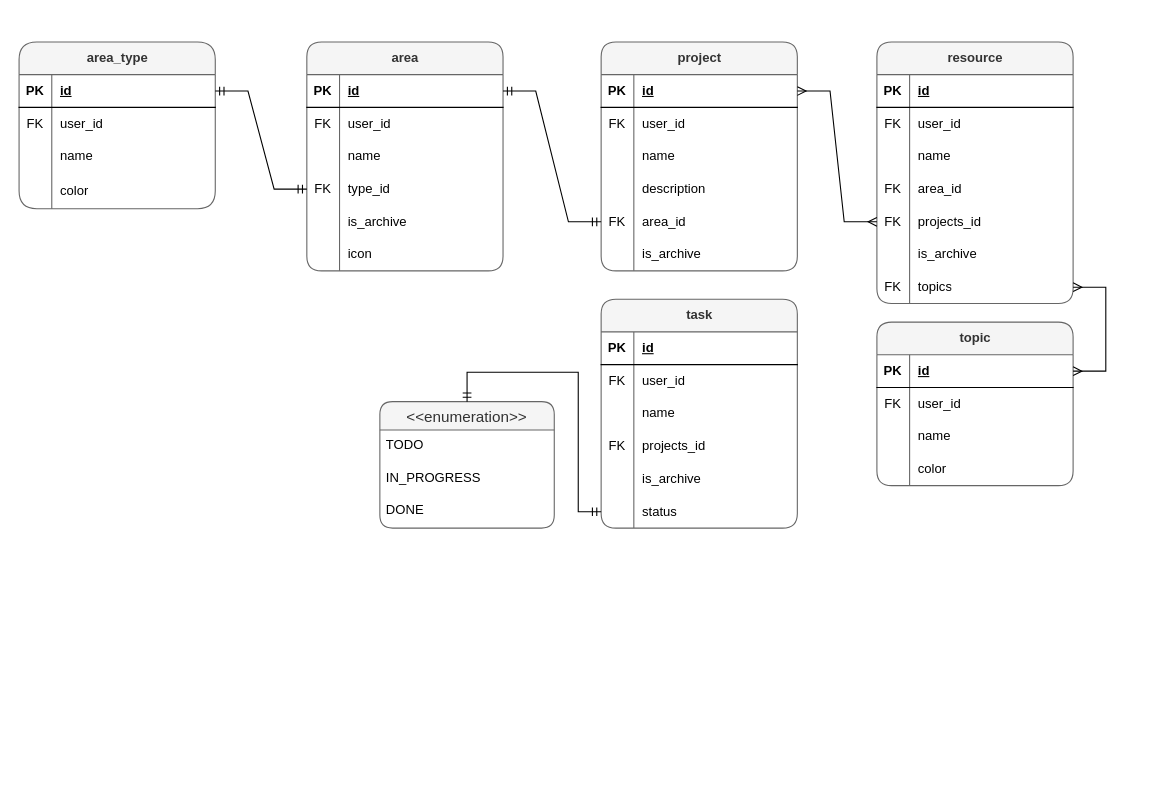
yogiprsetya/app.diagrams.net keeps this draw.io diagram as Setala-App.drawio. Above is the earlier version. Source tidied: cells renumbered, new cells numbered last; positions are measured from the earlier drawing's top-left corner, leaving out a move shared by most shapes. Both pictures are drawn from the tidied source at 109%, with x=0, y=0 at pixel (19, 41).
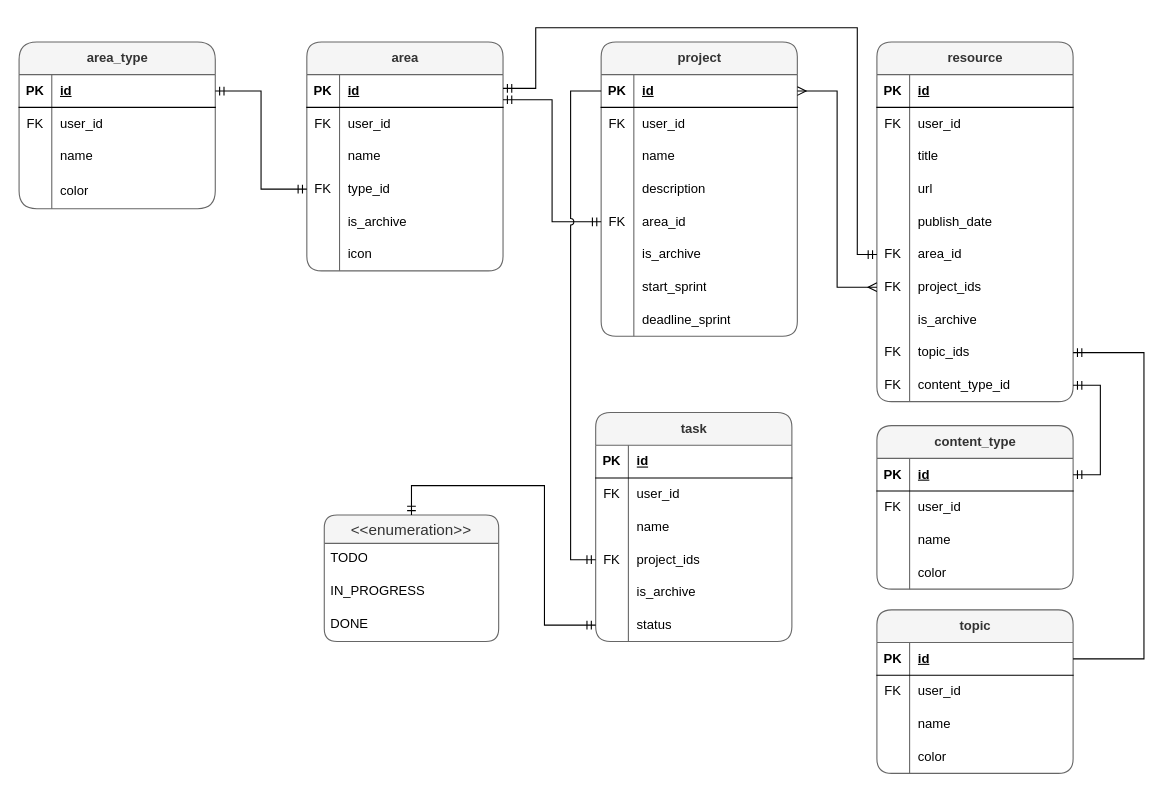
The same diagram, later.

The change refers to these unchanged cells:
```xml
<mxCell id="3" style="shape=tableRow;horizontal=0;startSize=0;swimlaneHead=0;swimlaneBody=0;fillColor=none;points=[[0,0.5],[1,0.5]];portConstraint=eastwest;top=0;left=0;right=0;bottom=1;" parent="2" vertex="1">
  <mxGeometry y="30" width="180" height="30" as="geometry" />
</mxCell>
<mxCell id="12" style="shape=tableRow;horizontal=0;startSize=0;swimlaneHead=0;swimlaneBody=0;fillColor=none;points=[[0,0.5],[1,0.5]];portConstraint=eastwest;top=0;left=0;right=0;bottom=0;" parent="2" vertex="1">
  <mxGeometry y="120" width="180" height="30" as="geometry" />
</mxCell>
<mxCell id="22" style="shape=tableRow;horizontal=0;startSize=0;swimlaneHead=0;swimlaneBody=0;fillColor=none;points=[[0,0.5],[1,0.5]];portConstraint=eastwest;top=0;left=0;right=0;bottom=1;" parent="21" vertex="1">
  <mxGeometry y="30" width="180" height="30" as="geometry" />
</mxCell>
<mxCell id="36" style="shape=tableRow;horizontal=0;startSize=0;swimlaneHead=0;swimlaneBody=0;fillColor=none;points=[[0,0.5],[1,0.5]];portConstraint=eastwest;top=0;left=0;right=0;bottom=1;" parent="35" vertex="1">
  <mxGeometry y="30" width="180" height="30" as="geometry" />
</mxCell>
<mxCell id="48" style="shape=tableRow;horizontal=0;startSize=0;swimlaneHead=0;swimlaneBody=0;fillColor=none;points=[[0,0.5],[1,0.5]];portConstraint=eastwest;top=0;left=0;right=0;bottom=0;" parent="35" vertex="1">
  <mxGeometry y="150" width="180" height="30" as="geometry" />
</mxCell>
<mxCell id="62" style="shape=tableRow;horizontal=0;startSize=0;swimlaneHead=0;swimlaneBody=0;fillColor=none;top=0;left=0;right=0;bottom=0;" parent="55" vertex="1">
  <mxGeometry y="90" width="180" height="30" as="geometry" />
</mxCell>
<mxCell id="78" style="shape=tableRow;horizontal=0;startSize=0;swimlaneHead=0;swimlaneBody=0;fillColor=none;points=[[0,0.5],[1,0.5]];portConstraint=eastwest;top=0;left=0;right=0;bottom=1;" parent="77" vertex="1">
  <mxGeometry y="30" width="180" height="30" as="geometry" />
</mxCell>
<mxCell id="102" style="shape=tableRow;horizontal=0;startSize=0;swimlaneHead=0;swimlaneBody=0;fillColor=none;points=[[0,0.5],[1,0.5]];portConstraint=eastwest;top=0;left=0;right=0;bottom=0;" parent="92" vertex="1">
  <mxGeometry y="120" width="180" height="30" as="geometry" />
</mxCell>
<mxCell id="108" style="shape=tableRow;horizontal=0;startSize=0;swimlaneHead=0;swimlaneBody=0;fillColor=none;points=[[0,0.5],[1,0.5]];portConstraint=eastwest;top=0;left=0;right=0;bottom=0;" parent="92" vertex="1">
  <mxGeometry y="180" width="180" height="30" as="geometry" />
</mxCell>
```

Diff of the diagram source:
```diff
@@
-    <mxCell id="34" style="edgeStyle=entityRelationEdgeStyle;fontSize=12;html=1;endArrow=ERmandOne;startArrow=ERmandOne;rounded=0;exitX=1;exitY=0.5;exitDx=0;exitDy=0;" parent="1" edge="1" source="22" target="12">
+    <mxCell id="34" style="edgeStyle=orthogonalEdgeStyle;fontSize=12;html=1;endArrow=ERmandOne;startArrow=ERmandOne;rounded=0;exitX=1;exitY=0.5;exitDx=0;exitDy=0;" parent="1" edge="1" source="22" target="12">
       <mxGeometry relative="1" as="geometry" />
     </mxCell>
     <mxCell id="35" value="project" style="shape=table;startSize=30;childLayout=tableLayout;rowLines=0;fontStyle=1;align=center;html=1;rounded=1;fillColor=#f5f5f5;fontColor=#333333;strokeColor=#666666;" parent="1" vertex="1">
-      <mxGeometry x="534" width="180" height="210" as="geometry" />
+      <mxGeometry x="534" width="180" height="270" as="geometry" />
     </mxCell>
@@
+    <mxCell id="116" style="shape=tableRow;horizontal=0;startSize=0;swimlaneHead=0;swimlaneBody=0;fillColor=none;top=0;left=0;right=0;bottom=0;" parent="35" vertex="1">
+      <mxGeometry y="210" width="180" height="30" as="geometry" />
+    </mxCell>
+    <mxCell id="117" style="shape=partialRectangle;fillColor=none;top=0;left=0;bottom=0;right=0;overflow=hidden;whiteSpace=wrap;html=1;" parent="116" vertex="1">
+      <mxGeometry width="30" height="30" as="geometry" />
+    </mxCell>
+    <mxCell id="118" value="start_sprint" style="shape=partialRectangle;fillColor=none;top=0;left=0;bottom=0;right=0;align=left;spacingLeft=6;overflow=hidden;whiteSpace=wrap;html=1;" parent="116" vertex="1">
+      <mxGeometry x="30" width="150" height="30" as="geometry" />
+    </mxCell>
+    <mxCell id="119" style="shape=tableRow;horizontal=0;startSize=0;swimlaneHead=0;swimlaneBody=0;fillColor=none;top=0;left=0;right=0;bottom=0;" parent="35" vertex="1">
+      <mxGeometry y="240" width="180" height="30" as="geometry" />
+    </mxCell>
+    <mxCell id="120" style="shape=partialRectangle;fillColor=none;top=0;left=0;bottom=0;right=0;overflow=hidden;whiteSpace=wrap;html=1;" parent="119" vertex="1">
+      <mxGeometry width="30" height="30" as="geometry" />
+    </mxCell>
+    <mxCell id="121" value="deadline_sprint" style="shape=partialRectangle;fillColor=none;top=0;left=0;bottom=0;right=0;align=left;spacingLeft=6;overflow=hidden;whiteSpace=wrap;html=1;" parent="119" vertex="1">
+      <mxGeometry x="30" width="150" height="30" as="geometry" />
+    </mxCell>
-    <mxCell id="54" style="edgeStyle=entityRelationEdgeStyle;fontSize=12;html=1;endArrow=ERmandOne;startArrow=ERmandOne;rounded=0;entryX=1;entryY=0.5;entryDx=0;entryDy=0;" parent="1" edge="1" source="48" target="3">
-      <mxGeometry relative="1" as="geometry" />
+    <mxCell id="54" style="edgeStyle=orthogonalEdgeStyle;fontSize=12;html=1;endArrow=ERmandOne;startArrow=ERmandOne;rounded=0;" parent="1" edge="1" source="48">
+      <mxGeometry relative="1" as="geometry">
+        <mxPoint x="444" y="53" as="targetPoint" />
+        <Array as="points">
+          <mxPoint x="489" y="165" />
+          <mxPoint x="489" y="53" />
+          <mxPoint x="444" y="53" />
+        </Array>
+      </mxGeometry>
     </mxCell>
     <mxCell id="55" value="resource" style="shape=table;startSize=30;childLayout=tableLayout;rowLines=0;fontStyle=1;align=center;html=1;rounded=1;fillColor=#f5f5f5;fontColor=#333333;strokeColor=#666666;" parent="1" vertex="1">
-      <mxGeometry x="787" width="180" height="240" as="geometry" />
+      <mxGeometry x="787" width="180" height="330" as="geometry" />
     </mxCell>
@@
-    <mxCell id="64" value="name" style="shape=partialRectangle;fillColor=none;top=0;left=0;bottom=0;right=0;align=left;spacingLeft=6;overflow=hidden;whiteSpace=wrap;html=1;" parent="62" vertex="1">
+    <mxCell id="64" value="title" style="shape=partialRectangle;fillColor=none;top=0;left=0;bottom=0;right=0;align=left;spacingLeft=6;overflow=hidden;whiteSpace=wrap;html=1;" parent="62" vertex="1">
       <mxGeometry x="30" width="150" height="30" as="geometry" />
     </mxCell>
+    <mxCell id="122" style="shape=tableRow;horizontal=0;startSize=0;swimlaneHead=0;swimlaneBody=0;fillColor=none;top=0;left=0;right=0;bottom=0;" parent="55" vertex="1">
+      <mxGeometry y="120" width="180" height="30" as="geometry" />
+    </mxCell>
+    <mxCell id="123" style="shape=partialRectangle;fillColor=none;top=0;left=0;bottom=0;right=0;overflow=hidden;whiteSpace=wrap;html=1;" parent="122" vertex="1">
+      <mxGeometry width="30" height="30" as="geometry" />
+    </mxCell>
+    <mxCell id="124" value="url" style="shape=partialRectangle;fillColor=none;top=0;left=0;bottom=0;right=0;align=left;spacingLeft=6;overflow=hidden;whiteSpace=wrap;html=1;" parent="122" vertex="1">
+      <mxGeometry x="30" width="150" height="30" as="geometry" />
+    </mxCell>
+    <mxCell id="125" style="shape=tableRow;horizontal=0;startSize=0;swimlaneHead=0;swimlaneBody=0;fillColor=none;top=0;left=0;right=0;bottom=0;" parent="55" vertex="1">
+      <mxGeometry y="150" width="180" height="30" as="geometry" />
+    </mxCell>
+    <mxCell id="126" style="shape=partialRectangle;fillColor=none;top=0;left=0;bottom=0;right=0;overflow=hidden;whiteSpace=wrap;html=1;" parent="125" vertex="1">
+      <mxGeometry width="30" height="30" as="geometry" />
+    </mxCell>
+    <mxCell id="127" value="publish_date" style="shape=partialRectangle;fillColor=none;top=0;left=0;bottom=0;right=0;align=left;spacingLeft=6;overflow=hidden;whiteSpace=wrap;html=1;" parent="125" vertex="1">
+      <mxGeometry x="30" width="150" height="30" as="geometry" />
+    </mxCell>
     <mxCell id="65" style="shape=tableRow;horizontal=0;startSize=0;swimlaneHead=0;swimlaneBody=0;fillColor=none;points=[[0,0.5],[1,0.5]];portConstraint=eastwest;top=0;left=0;right=0;bottom=0;" parent="55" vertex="1">
-      <mxGeometry y="120" width="180" height="30" as="geometry" />
+      <mxGeometry y="180" width="180" height="30" as="geometry" />
     </mxCell>
@@
     <mxCell id="68" style="shape=tableRow;horizontal=0;startSize=0;swimlaneHead=0;swimlaneBody=0;fillColor=none;points=[[0,0.5],[1,0.5]];portConstraint=eastwest;top=0;left=0;right=0;bottom=0;" parent="55" vertex="1">
-      <mxGeometry y="150" width="180" height="30" as="geometry" />
+      <mxGeometry y="210" width="180" height="30" as="geometry" />
     </mxCell>
@@
-    <mxCell id="70" value="projects_id" style="shape=partialRectangle;fillColor=none;top=0;left=0;bottom=0;right=0;align=left;spacingLeft=6;overflow=hidden;whiteSpace=wrap;html=1;" parent="68" vertex="1">
+    <mxCell id="70" value="project_ids" style="shape=partialRectangle;fillColor=none;top=0;left=0;bottom=0;right=0;align=left;spacingLeft=6;overflow=hidden;whiteSpace=wrap;html=1;" parent="68" vertex="1">
       <mxGeometry x="30" width="150" height="30" as="geometry" />
     </mxCell>
     <mxCell id="71" style="shape=tableRow;horizontal=0;startSize=0;swimlaneHead=0;swimlaneBody=0;fillColor=none;top=0;left=0;right=0;bottom=0;" parent="55" vertex="1">
-      <mxGeometry y="180" width="180" height="30" as="geometry" />
+      <mxGeometry y="240" width="180" height="30" as="geometry" />
     </mxCell>
@@
     <mxCell id="74" style="shape=tableRow;horizontal=0;startSize=0;swimlaneHead=0;swimlaneBody=0;fillColor=none;points=[[0,0.5],[1,0.5]];portConstraint=eastwest;top=0;left=0;right=0;bottom=0;" parent="55" vertex="1">
-      <mxGeometry y="210" width="180" height="30" as="geometry" />
+      <mxGeometry y="270" width="180" height="30" as="geometry" />
     </mxCell>
@@
-    <mxCell id="76" value="topics" style="shape=partialRectangle;fillColor=none;top=0;left=0;bottom=0;right=0;align=left;spacingLeft=6;overflow=hidden;whiteSpace=wrap;html=1;" parent="74" vertex="1">
+    <mxCell id="76" value="topic_ids" style="shape=partialRectangle;fillColor=none;top=0;left=0;bottom=0;right=0;align=left;spacingLeft=6;overflow=hidden;whiteSpace=wrap;html=1;" parent="74" vertex="1">
       <mxGeometry x="30" width="150" height="30" as="geometry" />
     </mxCell>
+    <mxCell id="128" style="shape=tableRow;horizontal=0;startSize=0;swimlaneHead=0;swimlaneBody=0;fillColor=none;points=[[0,0.5],[1,0.5]];portConstraint=eastwest;top=0;left=0;right=0;bottom=0;" parent="55" vertex="1">
+      <mxGeometry y="300" width="180" height="30" as="geometry" />
+    </mxCell>
+    <mxCell id="129" value="FK" style="shape=partialRectangle;fillColor=none;top=0;left=0;bottom=0;right=0;overflow=hidden;whiteSpace=wrap;html=1;" parent="128" vertex="1">
+      <mxGeometry width="30" height="30" as="geometry" />
+    </mxCell>
+    <mxCell id="130" value="content_type_id" style="shape=partialRectangle;fillColor=none;top=0;left=0;bottom=0;right=0;align=left;spacingLeft=6;overflow=hidden;whiteSpace=wrap;html=1;" parent="128" vertex="1">
+      <mxGeometry x="30" width="150" height="30" as="geometry" />
+    </mxCell>
     <mxCell id="77" value="topic" style="shape=table;startSize=30;childLayout=tableLayout;rowLines=0;fontStyle=1;align=center;html=1;rounded=1;fillColor=#f5f5f5;fontColor=#333333;strokeColor=#666666;" parent="1" vertex="1">
-      <mxGeometry x="787" y="257" width="180" height="150" as="geometry" />
+      <mxGeometry x="787" y="521" width="180" height="150" as="geometry" />
     </mxCell>
@@
-    <mxCell id="90" style="edgeStyle=entityRelationEdgeStyle;fontSize=12;html=1;endArrow=ERmany;startArrow=ERmany;rounded=0;exitX=1;exitY=0.5;exitDx=0;exitDy=0;" parent="1" edge="1" source="74" target="78">
-      <mxGeometry relative="1" as="geometry" />
+    <mxCell id="90" style="edgeStyle=orthogonalEdgeStyle;fontSize=12;html=1;endArrow=none;startArrow=ERmandOne;rounded=0;exitX=1;exitY=0.5;exitDx=0;exitDy=0;endFill=0;startFill=0;" parent="1" edge="1" source="74" target="78">
+      <mxGeometry relative="1" as="geometry">
+        <Array as="points">
+          <mxPoint x="1032" y="285" />
+          <mxPoint x="1032" y="566" />
+        </Array>
+      </mxGeometry>
     </mxCell>
-    <mxCell id="91" style="edgeStyle=entityRelationEdgeStyle;fontSize=12;html=1;endArrow=ERmany;startArrow=ERmany;rounded=0;exitX=0;exitY=0.5;exitDx=0;exitDy=0;" parent="1" edge="1" source="68" target="36">
+    <mxCell id="91" style="edgeStyle=orthogonalEdgeStyle;fontSize=12;html=1;endArrow=ERmany;startArrow=ERmany;rounded=0;exitX=0;exitY=0.5;exitDx=0;exitDy=0;" parent="1" edge="1" source="68" target="36">
       <mxGeometry relative="1" as="geometry" />
     </mxCell>
     <mxCell id="92" value="task" style="shape=table;startSize=30;childLayout=tableLayout;rowLines=0;fontStyle=1;align=center;html=1;rounded=1;fillColor=#f5f5f5;fontColor=#333333;strokeColor=#666666;" parent="1" vertex="1">
-      <mxGeometry x="534" y="236" width="180" height="210" as="geometry" />
+      <mxGeometry x="529" y="340" width="180" height="210" as="geometry" />
     </mxCell>
@@
-    <mxCell id="104" value="projects_id" style="shape=partialRectangle;fillColor=none;top=0;left=0;bottom=0;right=0;align=left;spacingLeft=6;overflow=hidden;whiteSpace=wrap;html=1;" parent="102" vertex="1">
+    <mxCell id="104" value="project_ids" style="shape=partialRectangle;fillColor=none;top=0;left=0;bottom=0;right=0;align=left;spacingLeft=6;overflow=hidden;whiteSpace=wrap;html=1;" parent="102" vertex="1">
       <mxGeometry x="30" width="150" height="30" as="geometry" />
     </mxCell>
@@
     <mxCell id="111" value="&lt;&lt;enumeration&gt;&gt;" style="swimlane;fontStyle=0;horizontal=1;startSize=26;align=center;fontSize=14;fillColor=#f5f5f5;fontColor=#333333;strokeColor=#666666;rounded=1;" parent="1" vertex="1">
-      <mxGeometry x="331" y="330" width="160" height="116" as="geometry" />
+      <mxGeometry x="280" y="434" width="160" height="116" as="geometry" />
     </mxCell>
@@
     <mxCell id="115" style="fontSize=12;html=1;endArrow=ERmandOne;startArrow=ERmandOne;rounded=0;exitX=0.5;exitY=0;exitDx=0;exitDy=0;entryX=0;entryY=0.5;entryDx=0;entryDy=0;edgeStyle=orthogonalEdgeStyle;" parent="1" edge="1" source="111" target="108">
       <mxGeometry relative="1" as="geometry">
         <Array as="points">
-          <mxPoint x="411" y="303" />
-          <mxPoint x="513" y="303" />
-          <mxPoint x="513" y="431" />
+          <mxPoint x="360" y="407" />
+          <mxPoint x="482" y="407" />
+          <mxPoint x="482" y="535" />
         </Array>
       </mxGeometry>
     </mxCell>
+    <mxCell id="131" style="fontSize=12;html=1;endArrow=ERmandOne;startArrow=ERmandOne;rounded=0;exitX=0;exitY=0.5;exitDx=0;exitDy=0;entryX=1;entryY=0.42;entryDx=0;entryDy=0;edgeStyle=orthogonalEdgeStyle;startFill=0;endFill=0;entryPerimeter=0;" parent="1" edge="1" source="65" target="3">
+      <mxGeometry relative="1" as="geometry">
+        <Array as="points">
+          <mxPoint x="769" y="195" />
+          <mxPoint x="769" y="-13" />
+          <mxPoint x="474" y="-13" />
+          <mxPoint x="474" y="43" />
+        </Array>
+      </mxGeometry>
+    </mxCell>
+    <mxCell id="132" style="edgeStyle=orthogonalEdgeStyle;fontSize=12;html=1;endArrow=ERmandOne;rounded=0;entryX=0;entryY=0.5;entryDx=0;entryDy=0;exitX=0;exitY=0.5;exitDx=0;exitDy=0;jumpStyle=arc;" parent="1" edge="1" source="36" target="102">
+      <mxGeometry relative="1" as="geometry">
+        <Array as="points">
+          <mxPoint x="506" y="45" />
+          <mxPoint x="506" y="475" />
+        </Array>
+      </mxGeometry>
+    </mxCell>
+    <mxCell id="133" value="content_type" style="shape=table;startSize=30;childLayout=tableLayout;rowLines=0;fontStyle=1;align=center;html=1;rounded=1;fillColor=#f5f5f5;fontColor=#333333;strokeColor=#666666;" parent="1" vertex="1">
+      <mxGeometry x="787" y="352" width="180" height="150" as="geometry" />
+    </mxCell>
+    <mxCell id="134" style="shape=tableRow;horizontal=0;startSize=0;swimlaneHead=0;swimlaneBody=0;fillColor=none;points=[[0,0.5],[1,0.5]];portConstraint=eastwest;top=0;left=0;right=0;bottom=1;" parent="133" vertex="1">
+      <mxGeometry y="30" width="180" height="30" as="geometry" />
+    </mxCell>
+    <mxCell id="135" value="PK" style="shape=partialRectangle;fillColor=none;top=0;left=0;bottom=0;right=0;fontStyle=1;overflow=hidden;whiteSpace=wrap;html=1;" parent="134" vertex="1">
+      <mxGeometry width="30" height="30" as="geometry" />
+    </mxCell>
+    <mxCell id="136" value="id" style="shape=partialRectangle;fillColor=none;top=0;left=0;bottom=0;right=0;align=left;spacingLeft=6;fontStyle=5;overflow=hidden;whiteSpace=wrap;html=1;" parent="134" vertex="1">
+      <mxGeometry x="30" width="150" height="30" as="geometry" />
+    </mxCell>
+    <mxCell id="137" style="shape=tableRow;horizontal=0;startSize=0;swimlaneHead=0;swimlaneBody=0;fillColor=none;top=0;left=0;right=0;bottom=0;" parent="133" vertex="1">
+      <mxGeometry y="60" width="180" height="30" as="geometry" />
+    </mxCell>
+    <mxCell id="138" value="FK" style="shape=partialRectangle;fillColor=none;top=0;left=0;bottom=0;right=0;overflow=hidden;whiteSpace=wrap;html=1;" parent="137" vertex="1">
+      <mxGeometry width="30" height="30" as="geometry" />
+    </mxCell>
+    <mxCell id="139" value="user_id" style="shape=partialRectangle;fillColor=none;top=0;left=0;bottom=0;right=0;align=left;spacingLeft=6;overflow=hidden;whiteSpace=wrap;html=1;" parent="137" vertex="1">
+      <mxGeometry x="30" width="150" height="30" as="geometry" />
+    </mxCell>
+    <mxCell id="140" style="shape=tableRow;horizontal=0;startSize=0;swimlaneHead=0;swimlaneBody=0;fillColor=none;top=0;left=0;right=0;bottom=0;" parent="133" vertex="1">
+      <mxGeometry y="90" width="180" height="30" as="geometry" />
+    </mxCell>
+    <mxCell id="141" style="shape=partialRectangle;fillColor=none;top=0;left=0;bottom=0;right=0;overflow=hidden;whiteSpace=wrap;html=1;" parent="140" vertex="1">
+      <mxGeometry width="30" height="30" as="geometry" />
+    </mxCell>
+    <mxCell id="142" value="name" style="shape=partialRectangle;fillColor=none;top=0;left=0;bottom=0;right=0;align=left;spacingLeft=6;overflow=hidden;whiteSpace=wrap;html=1;" parent="140" vertex="1">
+      <mxGeometry x="30" width="150" height="30" as="geometry" />
+    </mxCell>
+    <mxCell id="143" style="shape=tableRow;horizontal=0;startSize=0;swimlaneHead=0;swimlaneBody=0;fillColor=none;top=0;left=0;right=0;bottom=0;" parent="133" vertex="1">
+      <mxGeometry y="120" width="180" height="30" as="geometry" />
+    </mxCell>
+    <mxCell id="144" style="shape=partialRectangle;fillColor=none;top=0;left=0;bottom=0;right=0;overflow=hidden;whiteSpace=wrap;html=1;" parent="143" vertex="1">
+      <mxGeometry width="30" height="30" as="geometry" />
+    </mxCell>
+    <mxCell id="145" value="color" style="shape=partialRectangle;fillColor=none;top=0;left=0;bottom=0;right=0;align=left;spacingLeft=6;overflow=hidden;whiteSpace=wrap;html=1;" parent="143" vertex="1">
+      <mxGeometry x="30" width="150" height="30" as="geometry" />
+    </mxCell>
+    <mxCell id="146" style="edgeStyle=orthogonalEdgeStyle;fontSize=12;html=1;endArrow=ERmandOne;startArrow=ERmandOne;rounded=0;entryX=1;entryY=0.5;entryDx=0;entryDy=0;exitX=1;exitY=0.5;exitDx=0;exitDy=0;" parent="1" edge="1" source="134" target="128">
+      <mxGeometry relative="1" as="geometry">
+        <Array as="points">
+          <mxPoint x="992" y="397" />
+          <mxPoint x="992" y="315" />
+        </Array>
+      </mxGeometry>
+    </mxCell>
```
